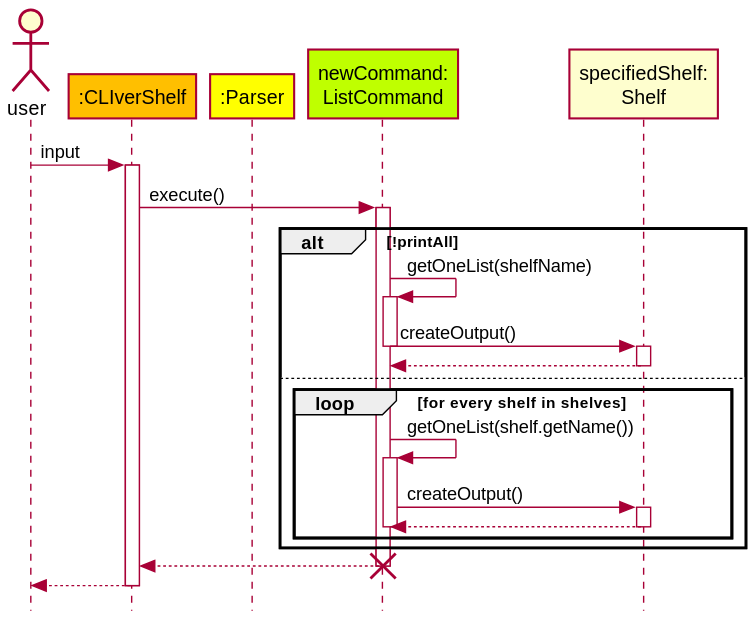
This is docs/diagrams/ListCommandSequenceDiagram.svg from zh1huang/tp, a PlantUML export, as it was before one commit.
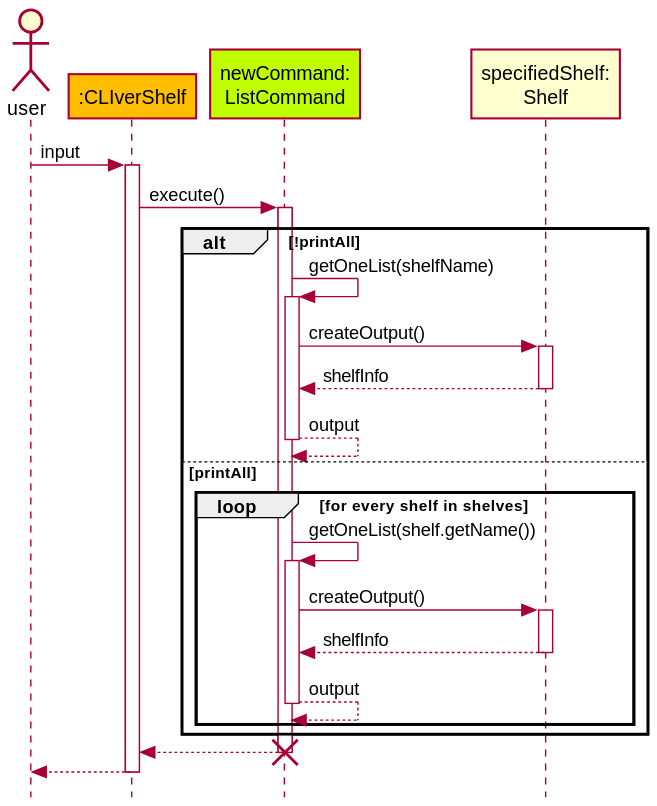
The same diagram one commit later.

Commit message:
fix errors in listcommand sequence diagram

Diff of the diagram source:
```diff
@@ -3,7 +3,6 @@
 
 actor user
 participant ":CLIverShelf" as app LOGIC_COLOR
-participant ":Parser" as parser LOGIC_COLOR_T1
 participant "newCommand:\nListCommand" as listCommand LOGIC_COLOR_T2
 participant "specifiedShelf:\nShelf" as Shelf
 user -> app: input
@@ -18,23 +17,23 @@
     listCommand -> listCommand : getOneList(shelfName)
     activate listCommand
     listCommand -> Shelf : createOutput()
-
+    activate Shelf
+    Shelf --> listCommand : shelfInfo
+    deactivate Shelf
+    listCommand --> listCommand :output
     deactivate listCommand
-    activate Shelf
-    Shelf --> listCommand
-    deactivate Shelf
 
 
-else
+else printAll
     loop for every shelf in shelves
         listCommand -> listCommand : getOneList(shelf.getName())
         activate listCommand
         listCommand -> Shelf : createOutput()
         activate Shelf
-        Shelf --> listCommand
+        Shelf --> listCommand : shelfInfo
         deactivate Shelf
+        listCommand --> listCommand : output
         deactivate listCommand
-
     end
 
 end
```
